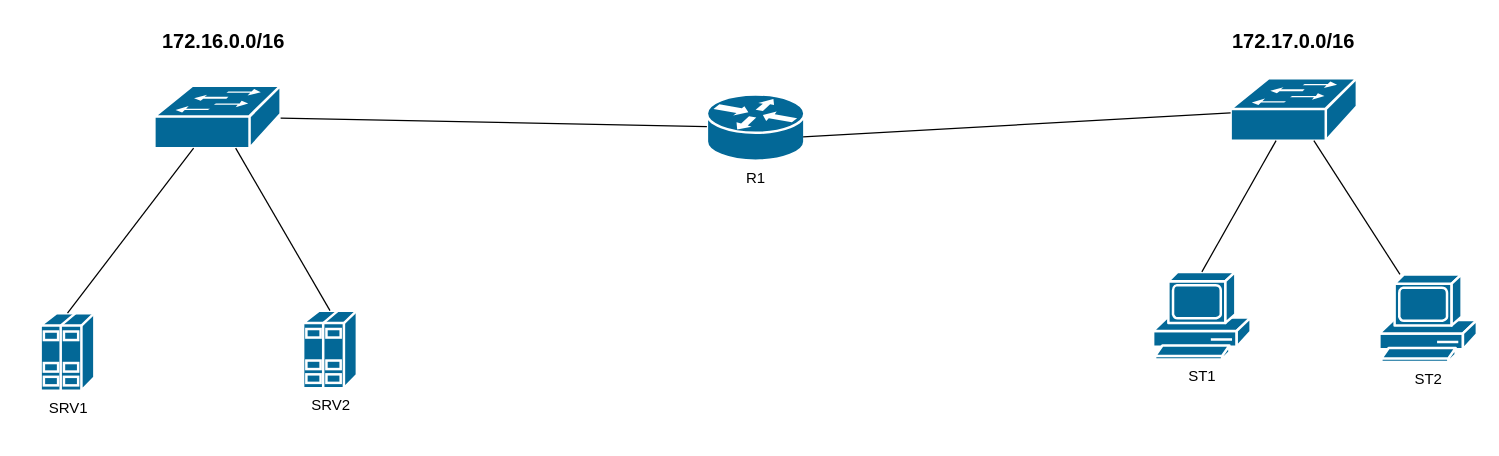
This is Exercice2/schema.drawio from BarthBruvori/epsi-asrc-b2m2-tp1-routage, a draw.io file, before an edit. Source tidied: cells renumbered, new cells numbered last; positions are measured from the earlier drawing's top-left corner, leaving out a move shared by most shapes. Both pictures are drawn from the tidied source at 125%, with x=0, y=0 at pixel (40, 21).
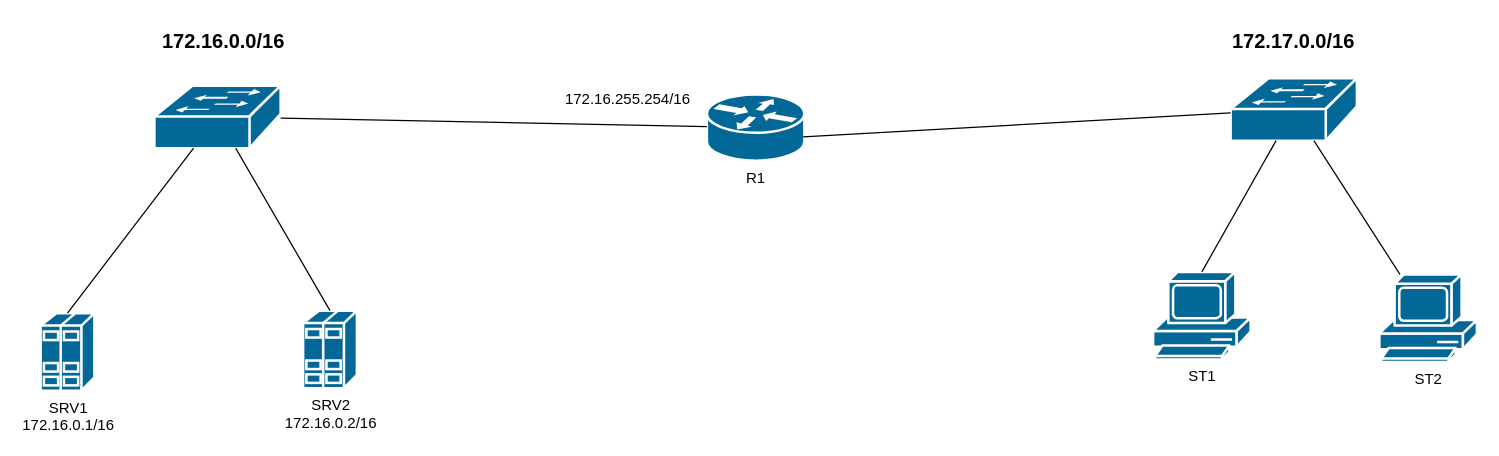
After the change.

Commit message:
E2 - plan d'adressage Réseau 1

What changed in the source:
```diff
@@
 <mxGraphModel background="#ffffff">
   <root>
     <mxCell id="0" />
     <mxCell id="1" parent="0" />
     <mxCell id="2" style="shape=mxgraph.cisco.switches.workgroup_switch;sketch=0;html=1;dashed=0;fillColor=#036897;strokeColor=#ffffff;strokeWidth=2;verticalLabelPosition=bottom;verticalAlign=top;align=center;outlineConnect=0;" parent="1" vertex="1">
       <mxGeometry x="91" y="51" width="101" height="50" as="geometry" />
     </mxCell>
-    <mxCell id="3" value="&lt;font color=&quot;#000000&quot;&gt;SRV1&lt;/font&gt;" style="shape=mxgraph.cisco.servers.standard_host;sketch=0;html=1;dashed=0;fillColor=#036897;strokeColor=#ffffff;strokeWidth=2;verticalLabelPosition=bottom;verticalAlign=top;align=center;outlineConnect=0;" parent="1" vertex="1">
+    <mxCell id="3" value="&lt;font color=&quot;#000000&quot;&gt;SRV1&lt;br&gt;172.16.0.1/16&lt;br&gt;&lt;/font&gt;" style="shape=mxgraph.cisco.servers.standard_host;sketch=0;html=1;dashed=0;fillColor=#036897;strokeColor=#ffffff;strokeWidth=2;verticalLabelPosition=bottom;verticalAlign=top;align=center;outlineConnect=0;" parent="1" vertex="1">
       <mxGeometry y="233" width="43" height="62" as="geometry" />
     </mxCell>
-    <mxCell id="4" value="SRV2" style="shape=mxgraph.cisco.servers.standard_host;sketch=0;html=1;dashed=0;fillColor=#036897;strokeColor=#ffffff;strokeWidth=2;verticalLabelPosition=bottom;verticalAlign=top;align=center;outlineConnect=0;fontColor=#000000;" parent="1" vertex="1">
+    <mxCell id="4" value="SRV2&lt;br&gt;172.16.0.2/16" style="shape=mxgraph.cisco.servers.standard_host;sketch=0;html=1;dashed=0;fillColor=#036897;strokeColor=#ffffff;strokeWidth=2;verticalLabelPosition=bottom;verticalAlign=top;align=center;outlineConnect=0;fontColor=#000000;" parent="1" vertex="1">
       <mxGeometry x="210" y="231" width="43" height="62" as="geometry" />
     </mxCell>
     <mxCell id="5" style="endArrow=none;html=1;strokeColor=#000000;exitX=0.5;exitY=0;exitDx=0;exitDy=0;exitPerimeter=0;" parent="1" edge="1" source="3" target="2">
       <mxGeometry relative="1" as="geometry" />
     </mxCell>
     <mxCell id="6" style="endArrow=none;html=1;strokeColor=#000000;exitX=0.5;exitY=0;exitDx=0;exitDy=0;exitPerimeter=0;" parent="1" edge="1" source="4" target="2">
       <mxGeometry relative="1" as="geometry" />
     </mxCell>
     <mxCell id="7" value="172.16.0.0/16" style="text;html=1;strokeColor=none;fillColor=none;align=center;verticalAlign=middle;whiteSpace=wrap;rounded=0;fontColor=#000000;fontStyle=1;fontSize=16;" parent="1" vertex="1">
       <mxGeometry x="91" width="111" height="30" as="geometry" />
     </mxCell>
     <mxCell id="8" style="shape=mxgraph.cisco.switches.workgroup_switch;sketch=0;html=1;dashed=0;fillColor=#036897;strokeColor=#ffffff;strokeWidth=2;verticalLabelPosition=bottom;verticalAlign=top;align=center;outlineConnect=0;fontSize=16;fontColor=#000000;" parent="1" vertex="1">
       <mxGeometry x="952" y="45" width="101" height="50" as="geometry" />
     </mxCell>
     <mxCell id="9" value="ST1" style="shape=mxgraph.cisco.computers_and_peripherals.pc;sketch=0;html=1;dashed=0;fillColor=#036897;strokeColor=#ffffff;strokeWidth=2;verticalLabelPosition=bottom;verticalAlign=top;align=center;outlineConnect=0;fontSize=12;fontColor=#000000;" parent="1" vertex="1">
       <mxGeometry x="890" y="200" width="78" height="70" as="geometry" />
     </mxCell>
     <mxCell id="10" value="ST2" style="shape=mxgraph.cisco.computers_and_peripherals.pc;sketch=0;html=1;dashed=0;fillColor=#036897;strokeColor=#ffffff;strokeWidth=2;verticalLabelPosition=bottom;verticalAlign=top;align=center;outlineConnect=0;fontSize=12;fontColor=#000000;" parent="1" vertex="1">
       <mxGeometry x="1071" y="202" width="78" height="70" as="geometry" />
     </mxCell>
     <mxCell id="11" style="endArrow=none;html=1;strokeColor=#000000;fontSize=16;fontColor=#000000;exitX=0.5;exitY=0;exitDx=0;exitDy=0;exitPerimeter=0;" parent="1" edge="1" source="9" target="8">
       <mxGeometry relative="1" as="geometry" />
     </mxCell>
     <mxCell id="12" style="endArrow=none;html=1;strokeColor=#000000;fontSize=16;fontColor=#000000;" parent="1" edge="1" source="10" target="8">
       <mxGeometry relative="1" as="geometry" />
     </mxCell>
     <mxCell id="13" value="172.17.0.0/16" style="text;html=1;strokeColor=none;fillColor=none;align=center;verticalAlign=middle;whiteSpace=wrap;rounded=0;fontColor=#000000;fontStyle=1;fontSize=16;" parent="1" vertex="1">
       <mxGeometry x="947" width="111" height="30" as="geometry" />
     </mxCell>
     <mxCell id="14" value="R1" style="shape=mxgraph.cisco.routers.router;sketch=0;html=1;dashed=0;fillColor=#036897;strokeColor=#ffffff;strokeWidth=2;verticalLabelPosition=bottom;verticalAlign=top;align=center;outlineConnect=0;fontSize=12;fontColor=#000000;" parent="1" vertex="1">
       <mxGeometry x="533" y="58" width="78" height="53" as="geometry" />
     </mxCell>
     <mxCell id="15" style="endArrow=none;html=1;strokeColor=#000000;fontSize=12;fontColor=#000000;" parent="1" edge="1" source="2" target="14">
       <mxGeometry relative="1" as="geometry" />
     </mxCell>
     <mxCell id="16" style="endArrow=none;html=1;strokeColor=#000000;fontSize=12;fontColor=#000000;exitX=0.987;exitY=0.642;exitDx=0;exitDy=0;exitPerimeter=0;" parent="1" edge="1" source="14" target="8">
       <mxGeometry relative="1" as="geometry" />
     </mxCell>
+    <mxCell id="17" value="172.16.255.254/16" style="text;html=1;strokeColor=none;fillColor=none;align=center;verticalAlign=middle;whiteSpace=wrap;rounded=0;fontSize=12;fontColor=#000000;" parent="1" vertex="1">
+      <mxGeometry x="416" y="47" width="108" height="30" as="geometry" />
+    </mxCell>
   </root>
 </mxGraphModel>
```
